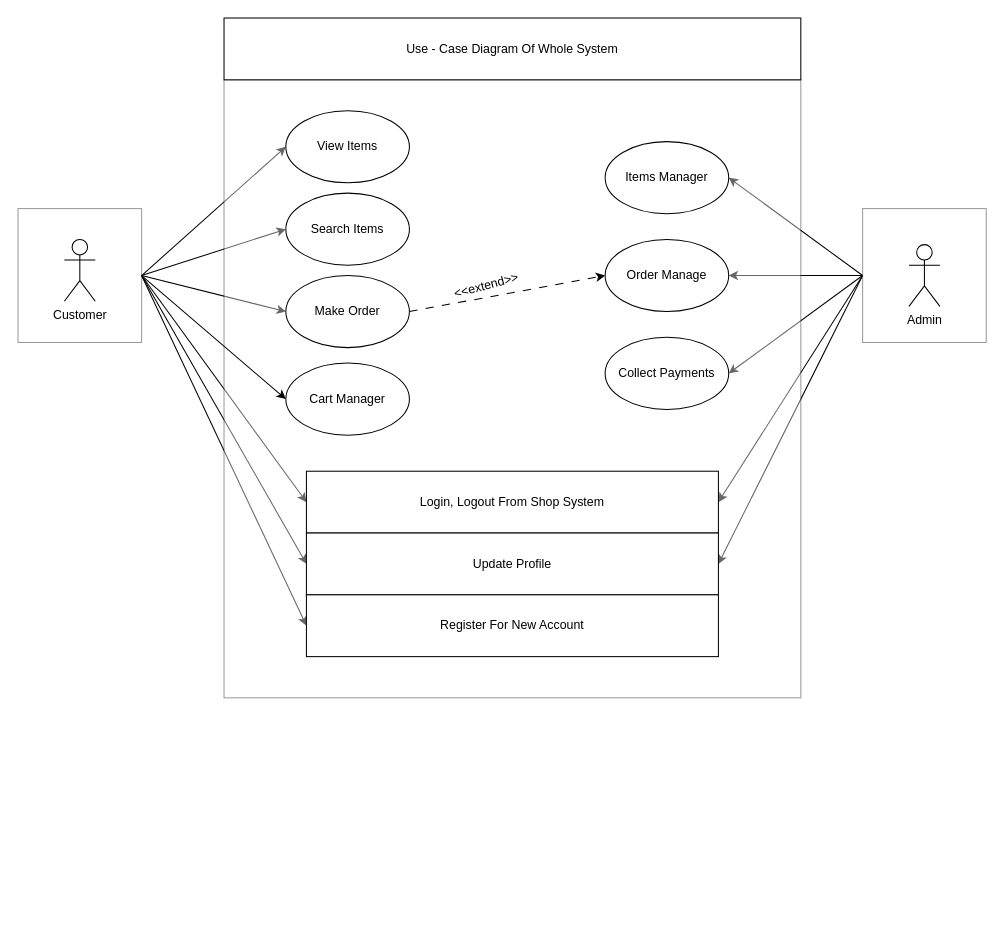
Before: UC-DIAGRAM/UC Diagram.drawio in hathongthuong2k3/-n-CNPM, a draw.io diagram. Source tidied: cells renumbered, new cells numbered last; positions are measured from the earlier drawing's top-left corner, leaving out a move shared by most shapes. Both pictures are drawn from the tidied source at 103%, with x=0, y=0 at pixel (18, 18).
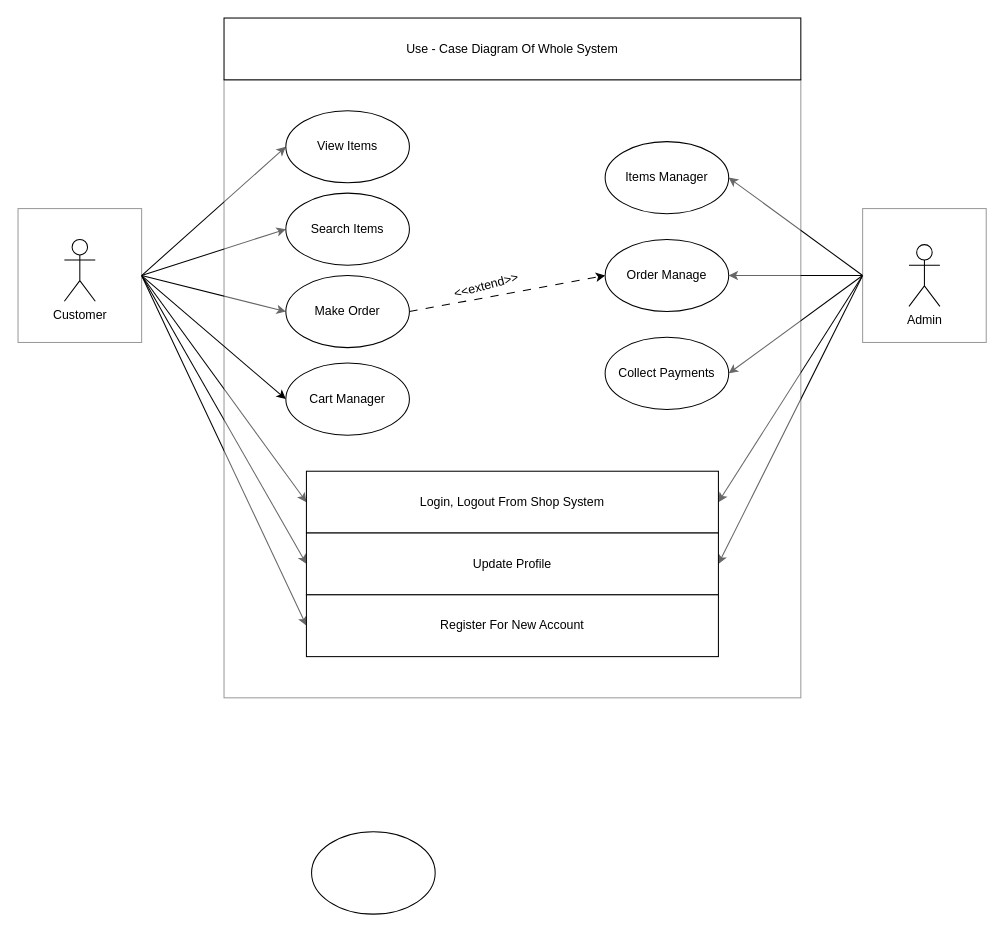
Above is the later version.

Commit message:
Cập nhật UC Diagram.drawio

Diff of the diagram source:
```diff
@@
+    <mxCell id="32" style="ellipse;whiteSpace=wrap;html=1;" parent="1" vertex="1">
+      <mxGeometry x="285" y="790" width="120" height="80" as="geometry" />
+    </mxCell>
```
